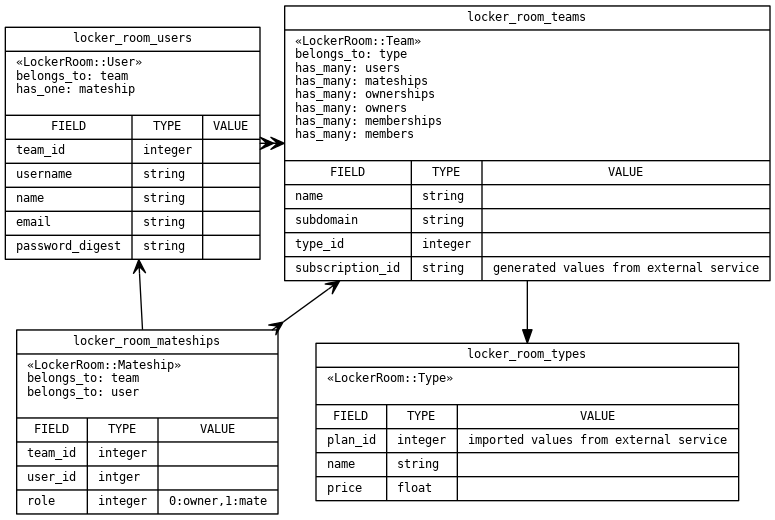
This is doc/er.png from grauwoelfchen/locker_room, a Graphviz export, as it was before one commit. Its source is kept beside it as doc/er.dot.
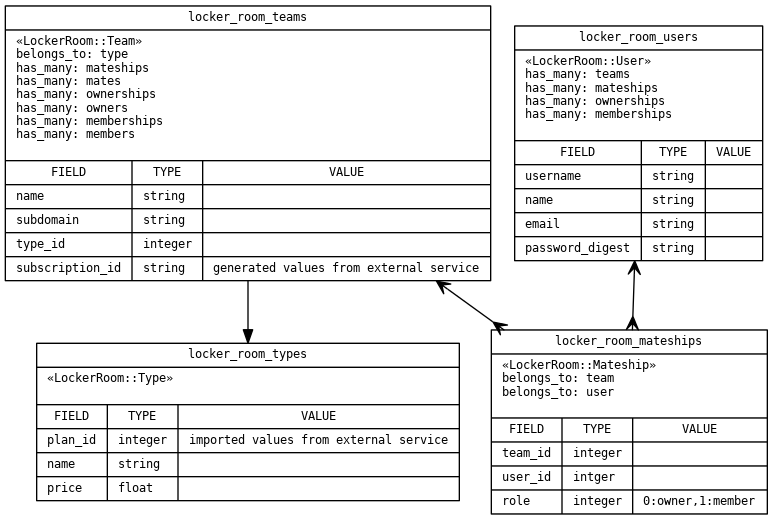
After the change.

Diff of the diagram source:
```diff
@@ -19,7 +19,7 @@
   ]
 
   Team [
-    label = "{locker_room_teams|\«LockerRoom::Team\»\lbelongs_to: type\lhas_many: users\lhas_many: mateships\lhas_many: ownerships\lhas_many: owners\lhas_many: memberships\lhas_many: members\l\n|{ \
+    label = "{locker_room_teams|\«LockerRoom::Team\»\lbelongs_to: type\lhas_many: mateships\lhas_many: mates\lhas_many: ownerships\lhas_many: owners\lhas_many: memberships\lhas_many: members\l\n|{ \
       {FIELD|name\l|subdomain\l|type_id\l|subscription_id\l}| \
       {TYPE|string\l|string\l|integer\l|string\l}| \
       {VALUE|\r|\r|\r|generated values from external service\r} \
@@ -27,10 +27,10 @@
   ]
 
   User [
-    label = "{locker_room_users|\«LockerRoom::User\»\lbelongs_to: team\lhas_one: mateship\l\n|{ \
-      {FIELD|team_id\l|username\l|name\l|email\l|password_digest\l}| \
-      {TYPE|integer\l|string\l|string\l|string\l|string\l}| \
-      {VALUE|\r|\r|\r|\r|\r} \
+  label = "{locker_room_users|\«LockerRoom::User\»\lhas_many: teams\lhas_many: mateships\lhas_many: ownerships\lhas_many: memberships\l\n|{ \
+      {FIELD|username\l|name\l|email\l|password_digest\l}| \
+      {TYPE|string\l|string\l|string\l|string\l}| \
+      {VALUE|\r|\r|\r|\r} \
     }}"
   ]
 
@@ -38,7 +38,7 @@
     label = "{locker_room_mateships|\«LockerRoom::Mateship\»\lbelongs_to: team\lbelongs_to: user\l\n|{ \
       {FIELD|team_id\l|user_id\l|role\l}| \
       {TYPE|integer\l|intger\l|integer\l}| \
-      {VALUE|\r|\r|0:owner,1:mate\r} \
+      {VALUE|\r|\r|0:owner,1:member\r} \
     }}"
   ]
 
@@ -70,7 +70,7 @@
   ]
 
   Mateship -> Team
-  User     -> Team
+  Mateship -> User
 
   edge [ // belongs_to -> has_one
     arrowhead = vee
@@ -79,8 +79,6 @@
     taillabel = ""
     dir       = both
   ]
-
-  Mateship -> User
 
 
   edge [ // belongs_to
```
